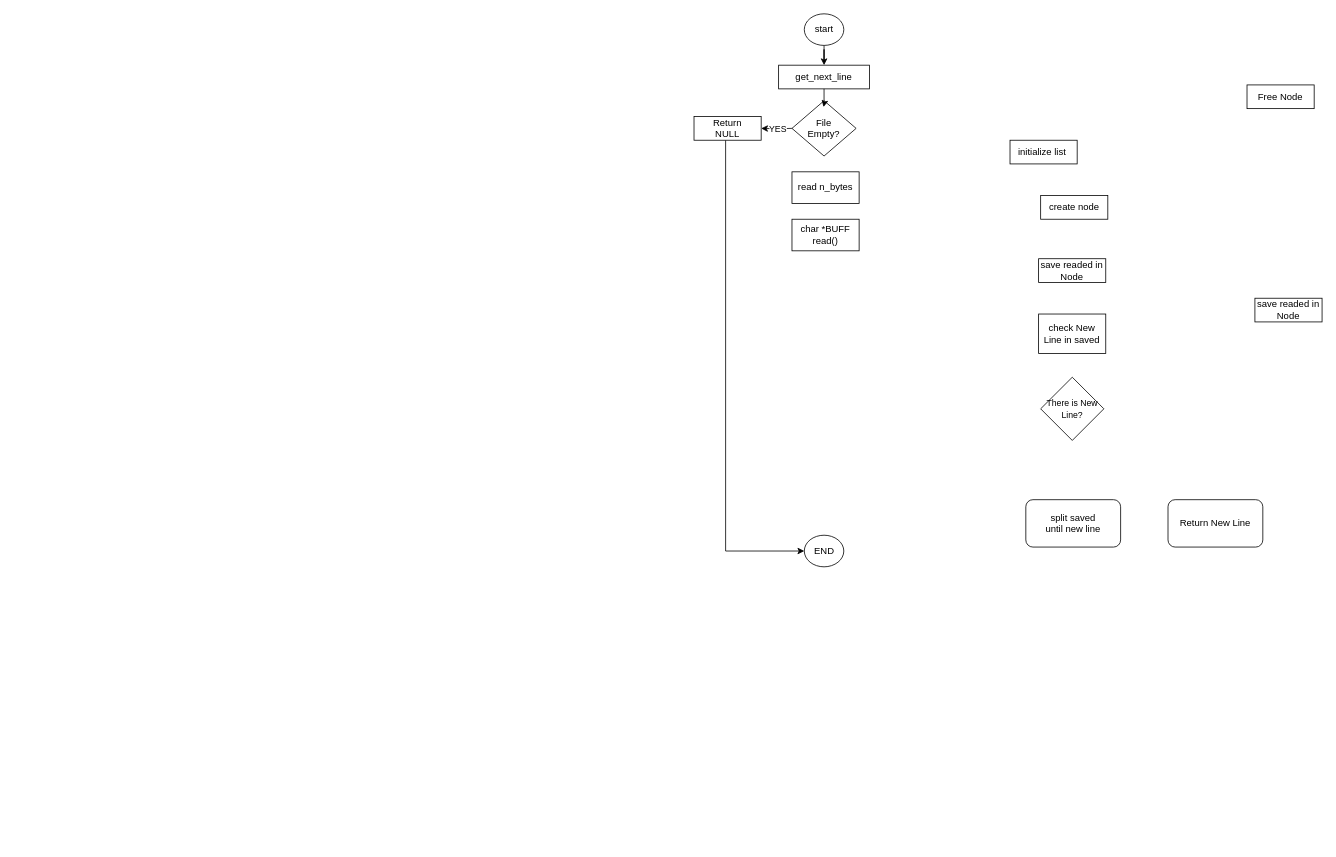
Earlier version of the draw.io diagram flowcharts_get_next_line.drawio (leonel-carrizo/get_next_line). Source tidied: cells renumbered, new cells numbered last; positions are measured from the earlier drawing's top-left corner, leaving out a move shared by most shapes. Both pictures are drawn from the tidied source at 79%, with x=0, y=0 at pixel (694, 13).
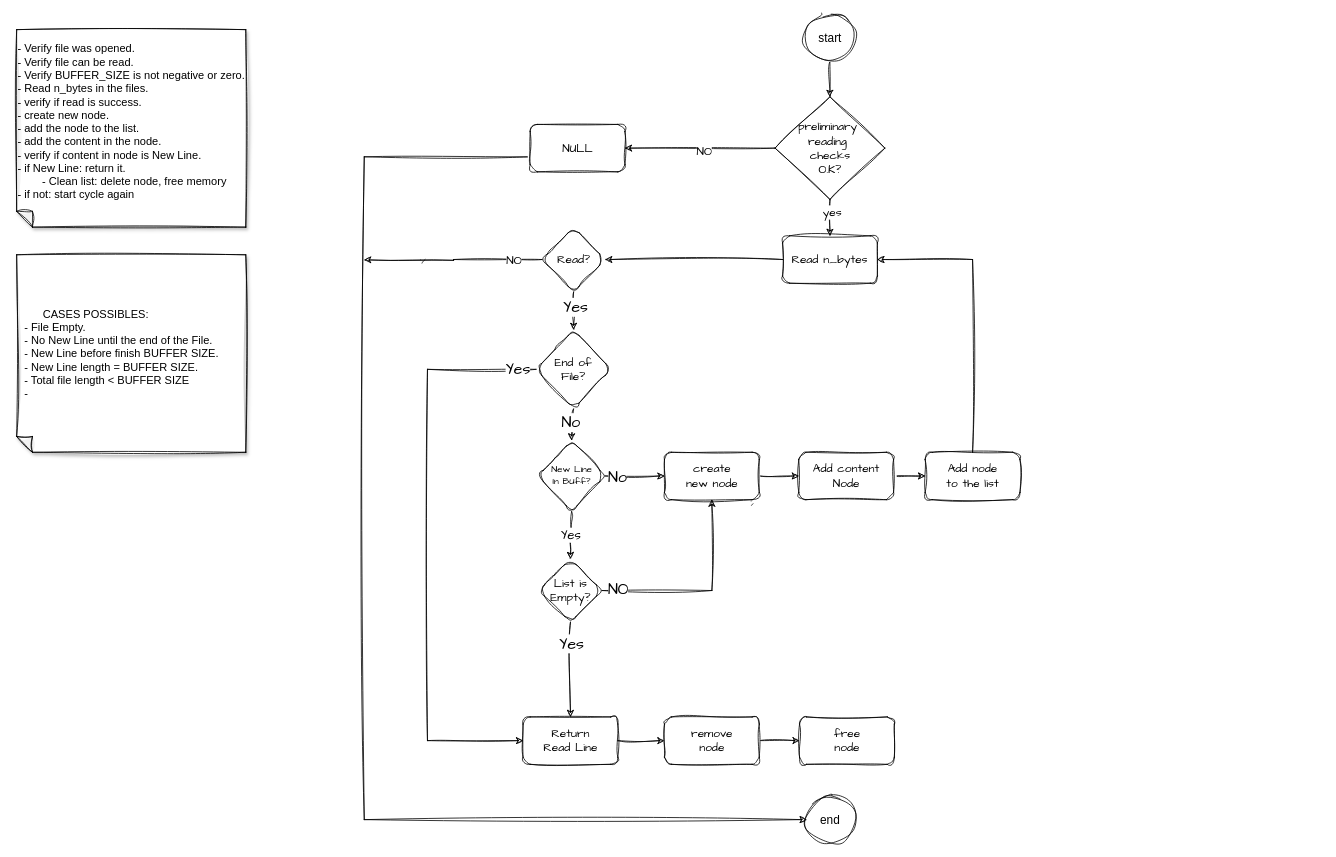
The same page after the edit.

Commit message (it also covers changes not shown here):
backup all

What changed in the source:
```diff
@@
-    <mxCell id="2" value="check New Line in saved" style="rounded=0;whiteSpace=wrap;html=1;" parent="1" vertex="1">
-      <mxGeometry x="436.2" y="380" width="85" height="50" as="geometry" />
-    </mxCell>
-    <mxCell id="3" style="edgeStyle=orthogonalEdgeStyle;rounded=0;jettySize=auto;html=1;" parent="1" edge="1" source="4" target="5">
-      <mxGeometry relative="1" as="geometry" />
-    </mxCell>
+    <mxCell id="23" style="edgeStyle=orthogonalEdgeStyle;rounded=0;sketch=1;hachureGap=4;jiggle=2;curveFitting=1;jettySize=auto;html=1;fontFamily=Architects Daughter;fontSize=15;" parent="1" edge="1" source="4" target="30">
+      <mxGeometry relative="1" as="geometry" />
+    </mxCell>
-    <mxCell id="4" value="start" style="ellipse;whiteSpace=wrap;html=1;" parent="1" vertex="1">
-      <mxGeometry x="139.6" width="50" height="40" as="geometry" />
+    <mxCell id="4" value="start" style="ellipse;whiteSpace=wrap;html=1;sketch=1;curveFitting=1;jiggle=2;fontSize=15;" parent="1" vertex="1">
+      <mxGeometry x="139.6" width="65" height="60" as="geometry" />
     </mxCell>
-    <mxCell id="5" value="get_next_line" style="rounded=0;whiteSpace=wrap;html=1;" parent="1" vertex="1">
-      <mxGeometry x="107.1" y="65" width="115" height="30" as="geometry" />
-    </mxCell>
-    <mxCell id="6" style="edgeStyle=orthogonalEdgeStyle;rounded=0;jettySize=auto;html=1;exitX=0;exitY=0.5;exitDx=0;exitDy=0;" parent="1" edge="1" target="13">
-      <mxGeometry relative="1" as="geometry">
-        <mxPoint x="124" y="145" as="sourcePoint" />
-      </mxGeometry>
-    </mxCell>
-    <mxCell id="7" value="YES" style="edgeLabel;html=1;align=center;verticalAlign=middle;" parent="6" vertex="1">
-      <mxGeometry x="-0.05" relative="1" as="geometry" />
-    </mxCell>
-    <mxCell id="8" value="File&lt;br&gt;Empty?" style="rhombus;whiteSpace=wrap;html=1;" parent="1" vertex="1">
-      <mxGeometry x="124" y="110" width="81.2" height="70" as="geometry" />
-    </mxCell>
-    <mxCell id="9" value="create node" style="rounded=0;whiteSpace=wrap;html=1;" parent="1" vertex="1">
-      <mxGeometry x="438.8" y="230" width="85" height="30" as="geometry" />
-    </mxCell>
-    <mxCell id="10" value="initialize list&amp;nbsp;" style="rounded=0;whiteSpace=wrap;html=1;" parent="1" vertex="1">
-      <mxGeometry x="400" y="160" width="85" height="30" as="geometry" />
-    </mxCell>
-    <mxCell id="11" value="read n_bytes" style="rounded=0;whiteSpace=wrap;html=1;" parent="1" vertex="1">
-      <mxGeometry x="124" y="200" width="85" height="40" as="geometry" />
-    </mxCell>
-    <mxCell id="12" style="edgeStyle=orthogonalEdgeStyle;rounded=0;jettySize=auto;html=1;entryX=0;entryY=0.5;entryDx=0;entryDy=0;" parent="1" edge="1" source="13" target="16">
-      <mxGeometry relative="1" as="geometry">
-        <Array as="points">
-          <mxPoint x="40" y="680" />
-        </Array>
-      </mxGeometry>
-    </mxCell>
-    <mxCell id="13" value="Return&lt;br&gt;NULL" style="rounded=0;whiteSpace=wrap;html=1;" parent="1" vertex="1">
-      <mxGeometry y="130" width="85" height="30" as="geometry" />
-    </mxCell>
-    <mxCell id="14" value="save readed in Node" style="rounded=0;whiteSpace=wrap;html=1;" parent="1" vertex="1">
-      <mxGeometry x="436.2" y="310" width="85" height="30" as="geometry" />
-    </mxCell>
-    <mxCell id="15" value="&lt;font style=&quot;font-size: 11px;&quot;&gt;There is New Line?&lt;/font&gt;" style="rhombus;whiteSpace=wrap;html=1;" parent="1" vertex="1">
-      <mxGeometry x="438.8" y="460" width="80" height="80" as="geometry" />
-    </mxCell>
-    <mxCell id="16" value="END" style="ellipse;whiteSpace=wrap;html=1;" parent="1" vertex="1">
-      <mxGeometry x="139.6" y="660" width="50" height="40" as="geometry" />
-    </mxCell>
-    <mxCell id="17" value="Free Node" style="rounded=0;whiteSpace=wrap;html=1;" parent="1" vertex="1">
-      <mxGeometry x="700" y="90" width="85" height="30" as="geometry" />
-    </mxCell>
-    <mxCell id="18" value="split saved&lt;br&gt;until new line" style="rounded=1;whiteSpace=wrap;html=1;" parent="1" vertex="1">
-      <mxGeometry x="420" y="615" width="120" height="60" as="geometry" />
-    </mxCell>
-    <mxCell id="19" value="Return New Line" style="whiteSpace=wrap;html=1;rounded=1;" parent="1" vertex="1">
-      <mxGeometry x="600" y="615" width="120" height="60" as="geometry" />
-    </mxCell>
-    <mxCell id="20" value="save readed in Node" style="rounded=0;whiteSpace=wrap;html=1;" parent="1" vertex="1">
-      <mxGeometry x="710" y="360" width="85" height="30" as="geometry" />
-    </mxCell>
-    <mxCell id="21" style="edgeStyle=orthogonalEdgeStyle;rounded=0;jettySize=auto;html=1;entryX=0.492;entryY=0.114;entryDx=0;entryDy=0;entryPerimeter=0;" parent="1" edge="1" source="5" target="8">
-      <mxGeometry relative="1" as="geometry" />
-    </mxCell>
-    <mxCell id="22" value="char *BUFF&lt;br&gt;read()" style="rounded=0;whiteSpace=wrap;html=1;" parent="1" vertex="1">
-      <mxGeometry x="124" y="260" width="85" height="40" as="geometry" />
-    </mxCell>
+    <mxCell id="24" value="&lt;div style=&quot;font-size: 15px;&quot;&gt;end&lt;/div&gt;" style="ellipse;whiteSpace=wrap;html=1;sketch=1;curveFitting=1;jiggle=2;fontSize=15;" parent="1" vertex="1">
+      <mxGeometry x="139.6" y="990" width="65" height="60" as="geometry" />
+    </mxCell>
+    <mxCell id="25" value="&lt;div align=&quot;left&quot; style=&quot;font-size: 14px;&quot;&gt;- Verify file was opened.&lt;br style=&quot;font-size: 14px;&quot;&gt;&lt;/div&gt;&lt;div align=&quot;left&quot; style=&quot;font-size: 14px;&quot;&gt;- Verify file can be read.&lt;/div&gt;&lt;div align=&quot;left&quot; style=&quot;font-size: 14px;&quot;&gt;- Verify BUFFER_SIZE is not negative or zero.&lt;/div&gt;&lt;div align=&quot;left&quot; style=&quot;font-size: 14px;&quot;&gt;- Read n_bytes in the files.&lt;/div&gt;&lt;div align=&quot;left&quot; style=&quot;font-size: 14px;&quot;&gt;- verify if read is success.&lt;/div&gt;&lt;div align=&quot;left&quot; style=&quot;font-size: 14px;&quot;&gt;- create new node.&lt;/div&gt;&lt;div align=&quot;left&quot; style=&quot;font-size: 14px;&quot;&gt;- add the node to the list.&lt;br style=&quot;font-size: 14px;&quot;&gt;&lt;/div&gt;&lt;div align=&quot;left&quot; style=&quot;font-size: 14px;&quot;&gt;- add the content in the node.&lt;/div&gt;&lt;div align=&quot;left&quot; style=&quot;font-size: 14px;&quot;&gt;- verify if content in node is New Line.&lt;/div&gt;&lt;div align=&quot;left&quot; style=&quot;font-size: 14px;&quot;&gt;- if New Line: return it.&lt;/div&gt;&lt;div align=&quot;left&quot; style=&quot;font-size: 14px;&quot;&gt;&lt;span style=&quot;white-space: pre; font-size: 14px;&quot;&gt;&#9;&lt;/span&gt;- Clean list: delete node, free memory&lt;br style=&quot;font-size: 14px;&quot;&gt;&lt;/div&gt;&lt;div align=&quot;left&quot; style=&quot;font-size: 14px;&quot;&gt;- if not: start cycle again &lt;br style=&quot;font-size: 14px;&quot;&gt;&lt;/div&gt;&lt;div style=&quot;font-size: 14px;&quot;&gt;&lt;br style=&quot;font-size: 14px;&quot;&gt;&lt;/div&gt;" style="shape=note;whiteSpace=wrap;html=1;backgroundOutline=1;darkOpacity=0.05;fillStyle=solid;direction=west;gradientDirection=north;shadow=1;size=20;fontSize=14;sketch=1;curveFitting=1;jiggle=2;" parent="1" vertex="1">
+      <mxGeometry x="-857.4" y="20" width="290" height="250" as="geometry" />
+    </mxCell>
+    <mxCell id="26" style="edgeStyle=orthogonalEdgeStyle;rounded=0;sketch=1;hachureGap=4;jiggle=2;curveFitting=1;jettySize=auto;html=1;fontFamily=Architects Daughter;fontSize=15;" parent="1" edge="1" source="30" target="32">
+      <mxGeometry relative="1" as="geometry" />
+    </mxCell>
+    <mxCell id="27" value="NO" style="edgeLabel;html=1;align=center;verticalAlign=middle;fontSize=15;fontFamily=Architects Daughter;" parent="26" vertex="1">
+      <mxGeometry x="-0.04" y="3" relative="1" as="geometry">
+        <mxPoint x="1" as="offset" />
+      </mxGeometry>
+    </mxCell>
+    <mxCell id="28" style="edgeStyle=orthogonalEdgeStyle;rounded=0;sketch=1;hachureGap=4;jiggle=2;curveFitting=1;jettySize=auto;html=1;fontFamily=Architects Daughter;fontSize=15;" parent="1" edge="1" source="30" target="34">
+      <mxGeometry relative="1" as="geometry" />
+    </mxCell>
+    <mxCell id="29" value="yes" style="edgeLabel;html=1;align=center;verticalAlign=middle;fontSize=15;fontFamily=Architects Daughter;" parent="28" vertex="1">
+      <mxGeometry x="-0.36" y="2" relative="1" as="geometry" />
+    </mxCell>
+    <mxCell id="30" value="&lt;div style=&quot;font-size: 15px;&quot;&gt;preliminary&amp;nbsp;&lt;/div&gt;&lt;div style=&quot;font-size: 15px;&quot;&gt;reading&amp;nbsp;&lt;/div&gt;&lt;div style=&quot;font-size: 15px;&quot;&gt;checks&lt;/div&gt;&lt;div style=&quot;font-size: 15px;&quot;&gt;O.K?&lt;br&gt;&lt;/div&gt;" style="rhombus;whiteSpace=wrap;html=1;sketch=1;curveFitting=1;jiggle=2;hachureGap=4;fontFamily=Architects Daughter;fontSize=15;" parent="1" vertex="1">
+      <mxGeometry x="102.6" y="105" width="139" height="130" as="geometry" />
+    </mxCell>
+    <mxCell id="31" style="edgeStyle=orthogonalEdgeStyle;rounded=0;sketch=1;hachureGap=4;jiggle=2;curveFitting=1;orthogonalLoop=1;jettySize=auto;html=1;fontFamily=Architects Daughter;fontSize=15;" parent="1" edge="1">
+      <mxGeometry relative="1" as="geometry">
+        <mxPoint x="-207.4" y="180" as="sourcePoint" />
+        <mxPoint x="142.6" y="1020" as="targetPoint" />
+        <Array as="points">
+          <mxPoint x="-417.4" y="181" />
+          <mxPoint x="-417.4" y="1020" />
+        </Array>
+      </mxGeometry>
+    </mxCell>
+    <mxCell id="32" value="NULL" style="rounded=1;whiteSpace=wrap;html=1;fontSize=15;fontFamily=Architects Daughter;sketch=1;curveFitting=1;jiggle=2;hachureGap=4;" parent="1" vertex="1">
+      <mxGeometry x="-207.4" y="140" width="120" height="60" as="geometry" />
+    </mxCell>
+    <mxCell id="33" style="edgeStyle=orthogonalEdgeStyle;rounded=0;sketch=1;hachureGap=4;jiggle=2;curveFitting=1;jettySize=auto;html=1;fontFamily=Architects Daughter;fontSize=15;" parent="1" edge="1" source="34" target="39">
+      <mxGeometry relative="1" as="geometry" />
+    </mxCell>
+    <mxCell id="34" value="Read n_bytes" style="rounded=1;whiteSpace=wrap;html=1;fontSize=15;fontFamily=Architects Daughter;sketch=1;curveFitting=1;jiggle=2;hachureGap=4;" parent="1" vertex="1">
+      <mxGeometry x="112.1" y="281" width="120" height="60" as="geometry" />
+    </mxCell>
+    <mxCell id="35" style="edgeStyle=orthogonalEdgeStyle;rounded=0;sketch=1;hachureGap=4;jiggle=2;curveFitting=1;jettySize=auto;html=1;fontFamily=Architects Daughter;fontSize=15;" parent="1" edge="1" source="39">
+      <mxGeometry relative="1" as="geometry">
+        <mxPoint x="-417.4" y="311.5" as="targetPoint" />
+      </mxGeometry>
+    </mxCell>
+    <mxCell id="36" value="NO" style="edgeLabel;html=1;align=center;verticalAlign=middle;fontSize=15;fontFamily=Architects Daughter;" parent="35" vertex="1">
+      <mxGeometry x="-0.15" y="3" relative="1" as="geometry">
+        <mxPoint x="60" y="-3" as="offset" />
+      </mxGeometry>
+    </mxCell>
+    <mxCell id="37" style="edgeStyle=orthogonalEdgeStyle;rounded=0;sketch=1;hachureGap=4;jiggle=2;curveFitting=1;jettySize=auto;html=1;fontFamily=Architects Daughter;fontSize=16;" parent="1" edge="1" source="39" target="54">
+      <mxGeometry relative="1" as="geometry" />
+    </mxCell>
+    <mxCell id="38" value="Yes" style="edgeLabel;html=1;align=center;verticalAlign=middle;fontSize=20;fontFamily=Architects Daughter;" parent="37" vertex="1">
+      <mxGeometry x="-0.24" y="2" relative="1" as="geometry" />
+    </mxCell>
+    <mxCell id="39" value="Read?" style="rhombus;whiteSpace=wrap;html=1;fontSize=15;fontFamily=Architects Daughter;rounded=1;sketch=1;curveFitting=1;jiggle=2;hachureGap=4;" parent="1" vertex="1">
+      <mxGeometry x="-192.4" y="270" width="80" height="82" as="geometry" />
+    </mxCell>
+    <mxCell id="40" style="shape=waypoint;sketch=1;size=6;fillColor=default;perimeter=centerPerimeter;fontSize=15;fontFamily=Architects Daughter;rounded=1;curveFitting=1;jiggle=2;hachureGap=4;" parent="1" vertex="1">
+      <mxGeometry x="-352.4" y="301.5" width="20" height="20" as="geometry" />
+    </mxCell>
+    <mxCell id="41" style="edgeStyle=orthogonalEdgeStyle;rounded=0;sketch=1;hachureGap=4;jiggle=2;curveFitting=1;jettySize=auto;html=1;fontFamily=Architects Daughter;fontSize=16;" parent="1" edge="1" source="42" target="60">
+      <mxGeometry relative="1" as="geometry" />
+    </mxCell>
+    <mxCell id="42" value="&lt;div style=&quot;font-size: 15px;&quot;&gt;create&lt;/div&gt;&lt;div style=&quot;font-size: 15px;&quot;&gt;new node&lt;br style=&quot;font-size: 15px;&quot;&gt;&lt;/div&gt;" style="rounded=1;whiteSpace=wrap;html=1;fontSize=15;fontFamily=Architects Daughter;sketch=1;curveFitting=1;jiggle=2;hachureGap=4;" parent="1" vertex="1">
+      <mxGeometry x="-37.4" y="555" width="120" height="60" as="geometry" />
+    </mxCell>
+    <mxCell id="43" style="edgeStyle=orthogonalEdgeStyle;rounded=0;sketch=1;hachureGap=4;jiggle=2;curveFitting=1;jettySize=auto;html=1;entryX=1;entryY=0.5;entryDx=0;entryDy=0;fontFamily=Architects Daughter;fontSize=16;" parent="1" edge="1" source="44" target="34">
+      <mxGeometry relative="1" as="geometry">
+        <Array as="points">
+          <mxPoint x="352.6" y="311" />
+        </Array>
+      </mxGeometry>
+    </mxCell>
+    <mxCell id="44" value="&lt;div&gt;Add node &lt;br&gt;&lt;/div&gt;&lt;div&gt;to the list&lt;br&gt;&lt;/div&gt;" style="whiteSpace=wrap;html=1;fontSize=15;fontFamily=Architects Daughter;rounded=1;sketch=1;curveFitting=1;jiggle=2;hachureGap=4;" parent="1" vertex="1">
+      <mxGeometry x="292.6" y="555" width="120" height="60" as="geometry" />
+    </mxCell>
+    <mxCell id="45" style="edgeStyle=orthogonalEdgeStyle;rounded=0;sketch=1;hachureGap=4;jiggle=2;curveFitting=1;jettySize=auto;html=1;fontFamily=Architects Daughter;fontSize=16;" parent="1" edge="1" source="46" target="48">
+      <mxGeometry relative="1" as="geometry" />
+    </mxCell>
+    <mxCell id="46" value="&lt;div&gt;Return&lt;/div&gt;&lt;div&gt;Read Line&lt;br&gt;&lt;/div&gt;" style="whiteSpace=wrap;html=1;fontSize=15;fontFamily=Architects Daughter;rounded=1;sketch=1;curveFitting=1;jiggle=2;hachureGap=4;" parent="1" vertex="1">
+      <mxGeometry x="-216.4" y="890" width="120" height="60" as="geometry" />
+    </mxCell>
+    <mxCell id="47" style="edgeStyle=orthogonalEdgeStyle;rounded=0;sketch=1;hachureGap=4;jiggle=2;curveFitting=1;jettySize=auto;html=1;fontFamily=Architects Daughter;fontSize=16;" parent="1" edge="1" source="48" target="49">
+      <mxGeometry relative="1" as="geometry" />
+    </mxCell>
+    <mxCell id="48" value="&lt;div&gt;remove&lt;/div&gt;&lt;div&gt;node&lt;br&gt;&lt;/div&gt;" style="whiteSpace=wrap;html=1;fontSize=15;fontFamily=Architects Daughter;rounded=1;sketch=1;curveFitting=1;jiggle=2;hachureGap=4;" parent="1" vertex="1">
+      <mxGeometry x="-37.4" y="890" width="120" height="60" as="geometry" />
+    </mxCell>
+    <mxCell id="49" value="&lt;div&gt;free &lt;br&gt;&lt;/div&gt;&lt;div&gt;node&lt;br&gt;&lt;/div&gt;" style="whiteSpace=wrap;html=1;fontSize=15;fontFamily=Architects Daughter;rounded=1;sketch=1;curveFitting=1;jiggle=2;hachureGap=4;" parent="1" vertex="1">
+      <mxGeometry x="133.6" y="890" width="120" height="60" as="geometry" />
+    </mxCell>
+    <mxCell id="50" style="edgeStyle=orthogonalEdgeStyle;rounded=0;sketch=1;hachureGap=4;jiggle=2;curveFitting=1;jettySize=auto;html=1;fontFamily=Architects Daughter;fontSize=16;" parent="1" edge="1" source="54" target="58">
+      <mxGeometry relative="1" as="geometry" />
+    </mxCell>
+    <mxCell id="51" value="No" style="edgeLabel;html=1;align=center;verticalAlign=middle;fontSize=20;fontFamily=Architects Daughter;" parent="50" vertex="1">
+      <mxGeometry x="-0.25" y="-4" relative="1" as="geometry" />
+    </mxCell>
+    <mxCell id="52" style="edgeStyle=orthogonalEdgeStyle;rounded=0;sketch=1;hachureGap=4;jiggle=2;curveFitting=1;jettySize=auto;html=1;entryX=0;entryY=0.5;entryDx=0;entryDy=0;fontFamily=Architects Daughter;fontSize=16;" parent="1" edge="1" source="54" target="46">
+      <mxGeometry relative="1" as="geometry">
+        <Array as="points">
+          <mxPoint x="-337.4" y="450" />
+          <mxPoint x="-337.4" y="920" />
+        </Array>
+      </mxGeometry>
+    </mxCell>
+    <mxCell id="53" value="Yes" style="edgeLabel;html=1;align=center;verticalAlign=middle;fontSize=20;fontFamily=Architects Daughter;" parent="52" vertex="1">
+      <mxGeometry x="-0.93" y="-1" relative="1" as="geometry">
+        <mxPoint x="1" as="offset" />
+      </mxGeometry>
+    </mxCell>
+    <mxCell id="54" value="&lt;div&gt;End of &lt;br&gt;&lt;/div&gt;&lt;div&gt;File?&lt;br&gt;&lt;/div&gt;" style="rhombus;whiteSpace=wrap;html=1;fontSize=15;fontFamily=Architects Daughter;rounded=1;sketch=1;curveFitting=1;jiggle=2;hachureGap=4;" parent="1" vertex="1">
+      <mxGeometry x="-199.9" y="400" width="95" height="100" as="geometry" />
+    </mxCell>
+    <mxCell id="55" value="Yes" style="edgeStyle=orthogonalEdgeStyle;rounded=0;sketch=1;hachureGap=4;jiggle=2;curveFitting=1;jettySize=auto;html=1;fontFamily=Architects Daughter;fontSize=16;" parent="1" edge="1" source="58" target="65">
+      <mxGeometry relative="1" as="geometry" />
+    </mxCell>
+    <mxCell id="56" style="edgeStyle=orthogonalEdgeStyle;rounded=0;sketch=1;hachureGap=4;jiggle=2;curveFitting=1;jettySize=auto;html=1;entryX=0;entryY=0.5;entryDx=0;entryDy=0;fontFamily=Architects Daughter;fontSize=16;" parent="1" edge="1" source="58" target="42">
+      <mxGeometry relative="1" as="geometry" />
+    </mxCell>
+    <mxCell id="57" value="No" style="edgeLabel;html=1;align=center;verticalAlign=middle;fontSize=20;fontFamily=Architects Daughter;" parent="56" vertex="1">
+      <mxGeometry x="-0.78" y="-1" relative="1" as="geometry">
+        <mxPoint x="7" y="-1" as="offset" />
+      </mxGeometry>
+    </mxCell>
+    <mxCell id="58" value="&lt;div style=&quot;font-size: 12px;&quot;&gt;New Line&lt;/div&gt;&lt;div style=&quot;font-size: 12px;&quot;&gt;In BUff?&lt;br style=&quot;font-size: 12px;&quot;&gt;&lt;/div&gt;" style="rhombus;whiteSpace=wrap;html=1;fontSize=12;fontFamily=Architects Daughter;rounded=1;sketch=1;curveFitting=1;jiggle=2;hachureGap=4;" parent="1" vertex="1">
+      <mxGeometry x="-197.4" y="540" width="85" height="90" as="geometry" />
+    </mxCell>
+    <mxCell id="59" style="edgeStyle=orthogonalEdgeStyle;rounded=0;sketch=1;hachureGap=4;jiggle=2;curveFitting=1;jettySize=auto;html=1;fontFamily=Architects Daughter;fontSize=16;" parent="1" edge="1" source="60" target="44">
+      <mxGeometry relative="1" as="geometry" />
+    </mxCell>
+    <mxCell id="60" value="&lt;div&gt;Add content&lt;/div&gt;&lt;div&gt;Node&lt;br&gt;&lt;/div&gt;" style="whiteSpace=wrap;html=1;fontSize=15;fontFamily=Architects Daughter;rounded=1;sketch=1;curveFitting=1;jiggle=2;hachureGap=4;" parent="1" vertex="1">
+      <mxGeometry x="132.6" y="555" width="120" height="60" as="geometry" />
+    </mxCell>
+    <mxCell id="61" style="edgeStyle=orthogonalEdgeStyle;rounded=0;sketch=1;hachureGap=4;jiggle=2;curveFitting=1;jettySize=auto;html=1;entryX=0.5;entryY=0;entryDx=0;entryDy=0;fontFamily=Architects Daughter;fontSize=16;" parent="1" edge="1" source="65" target="46">
+      <mxGeometry relative="1" as="geometry" />
+    </mxCell>
+    <mxCell id="62" value="Yes" style="edgeLabel;html=1;align=center;verticalAlign=middle;fontSize=20;fontFamily=Architects Daughter;" parent="61" vertex="1">
+      <mxGeometry x="-0.57" y="1" relative="1" as="geometry" />
+    </mxCell>
+    <mxCell id="63" style="edgeStyle=orthogonalEdgeStyle;rounded=0;sketch=1;hachureGap=4;jiggle=2;curveFitting=1;jettySize=auto;html=1;fontFamily=Architects Daughter;fontSize=16;entryX=0.5;entryY=1;entryDx=0;entryDy=0;" parent="1" edge="1" source="65" target="42">
+      <mxGeometry relative="1" as="geometry" />
+    </mxCell>
+    <mxCell id="64" value="NO" style="edgeLabel;html=1;align=center;verticalAlign=middle;fontSize=20;fontFamily=Architects Daughter;" parent="63" vertex="1">
+      <mxGeometry x="-0.53" y="3" relative="1" as="geometry">
+        <mxPoint x="-40" as="offset" />
+      </mxGeometry>
+    </mxCell>
+    <mxCell id="65" value="&lt;div&gt;List is&lt;/div&gt;&lt;div&gt;Empty?&lt;br&gt;&lt;/div&gt;" style="rhombus;whiteSpace=wrap;html=1;fontSize=15;fontFamily=Architects Daughter;rounded=1;sketch=1;curveFitting=1;jiggle=2;hachureGap=4;" parent="1" vertex="1">
+      <mxGeometry x="-196.4" y="690" width="80" height="80" as="geometry" />
+    </mxCell>
+    <mxCell id="66" style="shape=waypoint;sketch=1;size=6;fillColor=default;perimeter=centerPerimeter;fontFamily=Architects Daughter;rounded=1;curveFitting=1;jiggle=2;hachureGap=4;fontSize=20;" parent="1" vertex="1">
+      <mxGeometry x="63.6" y="610" width="20" height="20" as="geometry" />
+    </mxCell>
+    <mxCell id="67" value="&lt;div&gt;&lt;span style=&quot;white-space: pre;&quot;&gt;&#9;&lt;/span&gt;CASES POSSIBLES:&lt;/div&gt;&lt;div&gt;&amp;nbsp; - File Empty.&lt;/div&gt;&lt;div&gt;&amp;nbsp; - No New Line until the end of the File.&lt;br&gt;&lt;/div&gt;&lt;div&gt;&amp;nbsp; - New Line before finish BUFFER SIZE.&lt;/div&gt;&lt;div&gt;&amp;nbsp; - New Line length = BUFFER SIZE.&lt;/div&gt;&lt;div&gt;&amp;nbsp; - Total file length &amp;lt; BUFFER SIZE&lt;/div&gt;&lt;div&gt;&amp;nbsp; - &lt;br&gt;&lt;/div&gt;" style="shape=note;whiteSpace=wrap;html=1;backgroundOutline=1;darkOpacity=0.05;fillStyle=solid;direction=west;gradientDirection=north;shadow=1;size=20;sketch=1;curveFitting=1;jiggle=2;labelPosition=center;verticalLabelPosition=middle;align=left;verticalAlign=middle;fontSize=14;" parent="1" vertex="1">
+      <mxGeometry x="-857.4" y="305" width="290" height="250" as="geometry" />
+    </mxCell>
```
